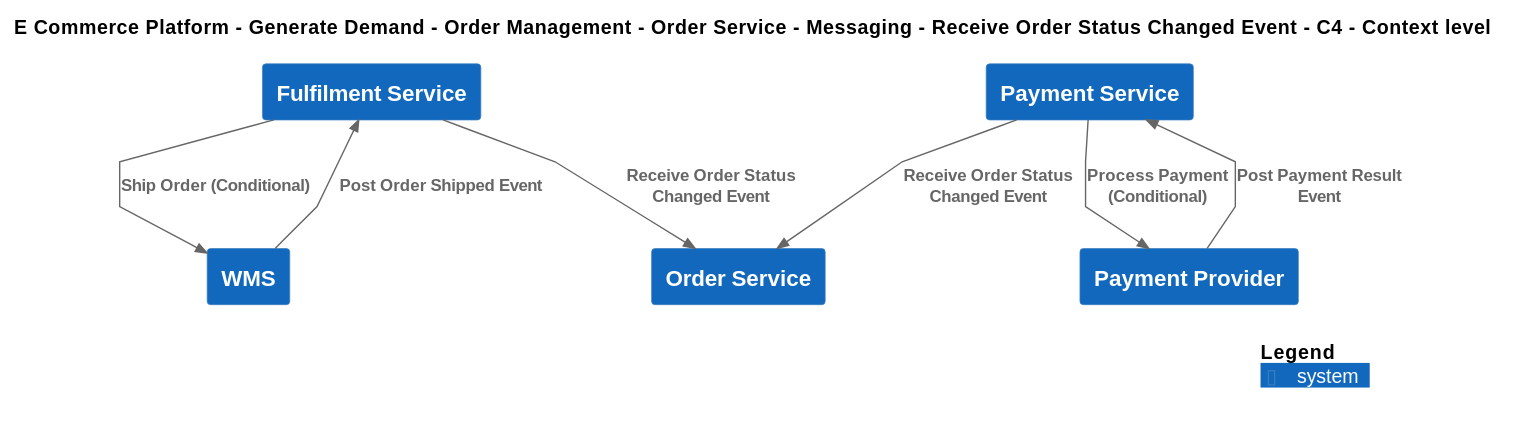
Before: Samples/E-Commerce Platform/Yaml/Diagrams/E Commerce Platform/Generate Demand/Order Management/Views/Receive Order Status Changed Event/Software Systems/Order Service/Containers/Messaging/Interfaces/Receive Order Status Changed Event/Context - C4.svg, a diagram exported from PlantUML (mnadenysenko/C4InterFlow). Its diagram source:
```plantuml
@startuml
!include ..\..\..\..\..\..\..\..\..\..\..\.c4s\C4_Context.puml

AddElementTag("c4interflow:lifecycle:new", $bgColor=green, $fontColor=#ffffff, $borderColor=green, $shadowing="False")
AddElementTag("c4interflow:lifecycle:changed", $bgColor=orange, $fontColor=#ffffff, $borderColor=orange, $shadowing="False")
AddElementTag("c4interflow:lifecycle:removed", $bgColor=red, $fontColor=#ffffff, $borderColor=red, $shadowing="False")

AddRelTag("c4interflow:lifecycle:new", $textColor=green, $lineColor=green)
AddRelTag("c4interflow:lifecycle:changed", $textColor=orange, $lineColor=orange)
AddRelTag("c4interflow:lifecycle:removed", $textColor=red, $lineColor=red)

SHOW_PERSON_PORTRAIT()
LAYOUT_TOP_DOWN()

skinparam linetype polyline

title E Commerce Platform - Generate Demand - Order Management - Order Service - Messaging - Receive Order Status Changed Event - C4 - Context level

System(ECommercePlatform.Deliver.Fulfilment.SoftwareSystems.FulfilmentService, "Fulfilment Service", "")
System(ECommercePlatform.GenerateDemand.OrderManagement.SoftwareSystems.OrderService, "Order Service", "")
System(ECommercePlatform.Deliver.Fulfilment.SoftwareSystems.WMS, "WMS", "")
System(ECommercePlatform.Deliver.Payments.SoftwareSystems.PaymentService, "Payment Service", "")
System(ECommercePlatform.Deliver.Payments.SoftwareSystems.PaymentProvider, "Payment Provider", "")

Rel(ECommercePlatform.Deliver.Fulfilment.SoftwareSystems.FulfilmentService, ECommercePlatform.GenerateDemand.OrderManagement.SoftwareSystems.OrderService, "Receive Order Status Changed Event")
Rel(ECommercePlatform.Deliver.Fulfilment.SoftwareSystems.FulfilmentService, ECommercePlatform.Deliver.Fulfilment.SoftwareSystems.WMS, "Ship Order (Conditional)")
Rel(ECommercePlatform.Deliver.Fulfilment.SoftwareSystems.WMS, ECommercePlatform.Deliver.Fulfilment.SoftwareSystems.FulfilmentService, "Post Order Shipped Event")
Rel(ECommercePlatform.Deliver.Payments.SoftwareSystems.PaymentService, ECommercePlatform.GenerateDemand.OrderManagement.SoftwareSystems.OrderService, "Receive Order Status Changed Event")
Rel(ECommercePlatform.Deliver.Payments.SoftwareSystems.PaymentService, ECommercePlatform.Deliver.Payments.SoftwareSystems.PaymentProvider, "Process Payment (Conditional)")
Rel(ECommercePlatform.Deliver.Payments.SoftwareSystems.PaymentProvider, ECommercePlatform.Deliver.Payments.SoftwareSystems.PaymentService, "Post Payment Result Event")


SHOW_LEGEND()
@enduml
```
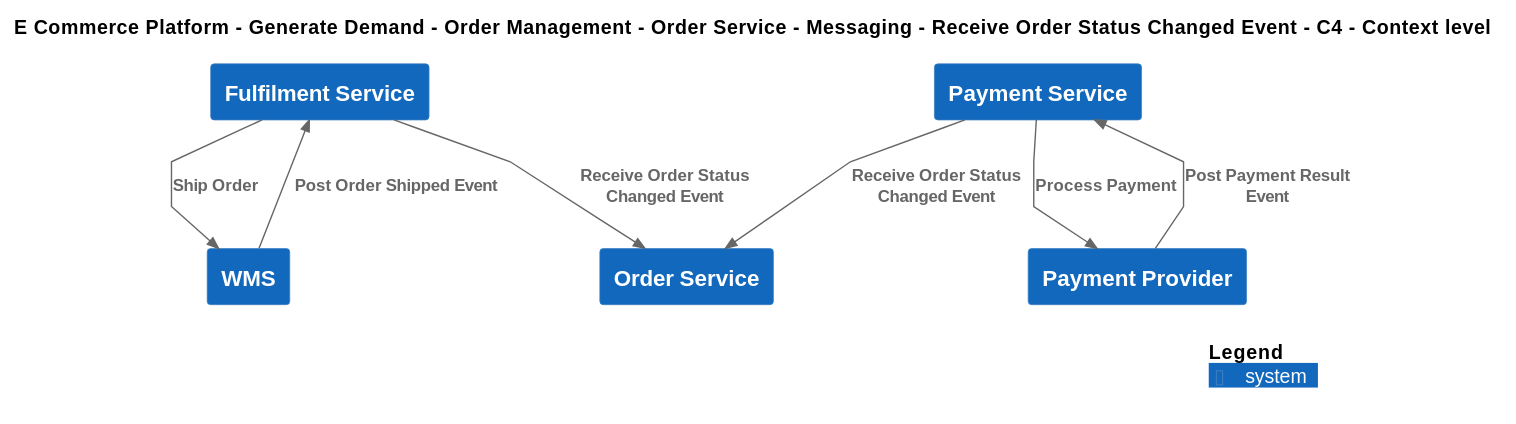
Later version of the same file.

Change to the diagram source:
```diff
@@ -23,10 +23,10 @@
 System(ECommercePlatform.Deliver.Payments.SoftwareSystems.PaymentProvider, "Payment Provider", "")
 
 Rel(ECommercePlatform.Deliver.Fulfilment.SoftwareSystems.FulfilmentService, ECommercePlatform.GenerateDemand.OrderManagement.SoftwareSystems.OrderService, "Receive Order Status Changed Event")
-Rel(ECommercePlatform.Deliver.Fulfilment.SoftwareSystems.FulfilmentService, ECommercePlatform.Deliver.Fulfilment.SoftwareSystems.WMS, "Ship Order (Conditional)")
+Rel(ECommercePlatform.Deliver.Fulfilment.SoftwareSystems.FulfilmentService, ECommercePlatform.Deliver.Fulfilment.SoftwareSystems.WMS, "Ship Order")
 Rel(ECommercePlatform.Deliver.Fulfilment.SoftwareSystems.WMS, ECommercePlatform.Deliver.Fulfilment.SoftwareSystems.FulfilmentService, "Post Order Shipped Event")
 Rel(ECommercePlatform.Deliver.Payments.SoftwareSystems.PaymentService, ECommercePlatform.GenerateDemand.OrderManagement.SoftwareSystems.OrderService, "Receive Order Status Changed Event")
-Rel(ECommercePlatform.Deliver.Payments.SoftwareSystems.PaymentService, ECommercePlatform.Deliver.Payments.SoftwareSystems.PaymentProvider, "Process Payment (Conditional)")
+Rel(ECommercePlatform.Deliver.Payments.SoftwareSystems.PaymentService, ECommercePlatform.Deliver.Payments.SoftwareSystems.PaymentProvider, "Process Payment")
 Rel(ECommercePlatform.Deliver.Payments.SoftwareSystems.PaymentProvider, ECommercePlatform.Deliver.Payments.SoftwareSystems.PaymentService, "Post Payment Result Event")
 
 
```
